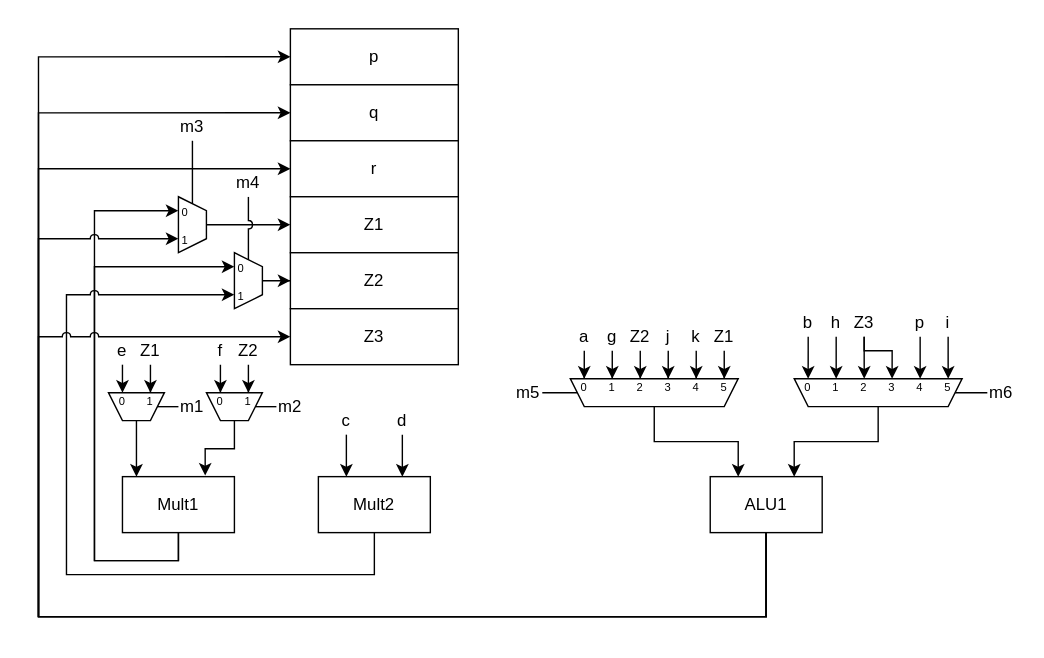
Above: lecture/.gitbook/assets/datapath-synthesis-ps1-q4.svg in mendax1234/lecture-notes (draw.io), before the change. Source tidied: cells renumbered, new cells last; positions are measured from the earlier drawing's top-left corner, leaving out a move shared by most shapes.
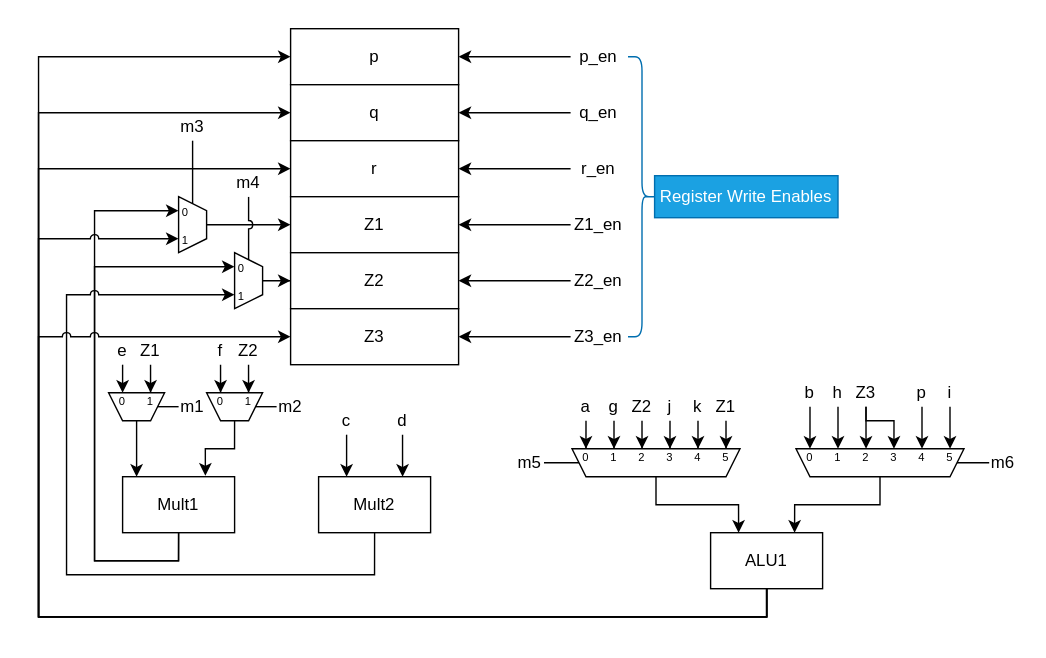
Above is the later version.

What changed in the source:
```diff
@@ -90,7 +90,7 @@
       </mxGeometry>
     </mxCell>
     <mxCell id="17" value="ALU1" style="rounded=0;whiteSpace=wrap;html=1;" parent="1" vertex="1">
-      <mxGeometry x="480" y="320" width="80" height="40" as="geometry" />
+      <mxGeometry x="480" y="360" width="80" height="40" as="geometry" />
     </mxCell>
     <mxCell id="18" style="edgeStyle=orthogonalEdgeStyle;rounded=0;jettySize=auto;html=1;entryX=0.125;entryY=0;entryDx=0;entryDy=0;entryPerimeter=0;" parent="1" edge="1" source="61" target="10">
       <mxGeometry relative="1" as="geometry" />
@@ -138,28 +138,28 @@
       <mxGeometry relative="1" as="geometry" />
     </mxCell>
     <mxCell id="33" value="a" style="text;html=1;whiteSpace=wrap;strokeColor=none;fillColor=none;align=center;verticalAlign=middle;rounded=0;" parent="1" vertex="1">
-      <mxGeometry x="380" y="210" width="20" height="20" as="geometry" />
+      <mxGeometry x="381" y="260" width="20" height="20" as="geometry" />
     </mxCell>
     <mxCell id="34" style="edgeStyle=orthogonalEdgeStyle;rounded=0;jettySize=auto;html=1;entryX=0.75;entryY=1;entryDx=0;entryDy=0;" parent="1" edge="1" source="35" target="75">
       <mxGeometry relative="1" as="geometry" />
     </mxCell>
     <mxCell id="35" value="g" style="text;html=1;whiteSpace=wrap;strokeColor=none;fillColor=none;align=center;verticalAlign=middle;rounded=0;" parent="1" vertex="1">
-      <mxGeometry x="400" y="210" width="20" height="20" as="geometry" />
+      <mxGeometry x="401" y="260" width="20" height="20" as="geometry" />
     </mxCell>
     <mxCell id="36" value="Z2" style="text;html=1;whiteSpace=wrap;strokeColor=none;fillColor=none;align=center;verticalAlign=middle;rounded=0;" parent="1" vertex="1">
-      <mxGeometry x="420" y="210" width="20" height="20" as="geometry" />
+      <mxGeometry x="421" y="260" width="20" height="20" as="geometry" />
     </mxCell>
     <mxCell id="37" value="j" style="text;html=1;whiteSpace=wrap;strokeColor=none;fillColor=none;align=center;verticalAlign=middle;rounded=0;" parent="1" vertex="1">
-      <mxGeometry x="440" y="210" width="20" height="20" as="geometry" />
+      <mxGeometry x="441" y="260" width="20" height="20" as="geometry" />
     </mxCell>
     <mxCell id="38" style="edgeStyle=orthogonalEdgeStyle;rounded=0;jettySize=auto;html=1;entryX=0.25;entryY=1;entryDx=0;entryDy=0;" parent="1" edge="1" source="39" target="75">
       <mxGeometry relative="1" as="geometry" />
     </mxCell>
     <mxCell id="39" value="k" style="text;html=1;whiteSpace=wrap;strokeColor=none;fillColor=none;align=center;verticalAlign=middle;rounded=0;" parent="1" vertex="1">
-      <mxGeometry x="460" y="210" width="20" height="20" as="geometry" />
+      <mxGeometry x="461" y="260" width="20" height="20" as="geometry" />
     </mxCell>
     <mxCell id="40" value="Z1" style="text;html=1;whiteSpace=wrap;strokeColor=none;fillColor=none;align=center;verticalAlign=middle;rounded=0;" parent="1" vertex="1">
-      <mxGeometry x="480" y="210" width="20" height="20" as="geometry" />
+      <mxGeometry x="481" y="260" width="20" height="20" as="geometry" />
     </mxCell>
     <mxCell id="41" style="edgeStyle=orthogonalEdgeStyle;rounded=0;jettySize=auto;html=1;entryX=0.917;entryY=1;entryDx=0;entryDy=0;entryPerimeter=0;" parent="1" edge="1" source="33" target="75">
       <mxGeometry relative="1" as="geometry" />
@@ -177,25 +177,25 @@
       <mxGeometry relative="1" as="geometry" />
     </mxCell>
     <mxCell id="46" value="b" style="text;html=1;whiteSpace=wrap;strokeColor=none;fillColor=none;align=center;verticalAlign=middle;rounded=0;" parent="1" vertex="1">
-      <mxGeometry x="540" y="200" width="20" height="20" as="geometry" />
+      <mxGeometry x="541" y="250" width="20" height="20" as="geometry" />
     </mxCell>
     <mxCell id="47" style="edgeStyle=orthogonalEdgeStyle;rounded=0;jettySize=auto;html=1;entryX=0.75;entryY=1;entryDx=0;entryDy=0;" parent="1" edge="1" source="48" target="83">
       <mxGeometry relative="1" as="geometry" />
     </mxCell>
     <mxCell id="48" value="h" style="text;html=1;whiteSpace=wrap;strokeColor=none;fillColor=none;align=center;verticalAlign=middle;rounded=0;" parent="1" vertex="1">
-      <mxGeometry x="560" y="200" width="20" height="20" as="geometry" />
+      <mxGeometry x="561" y="250" width="20" height="20" as="geometry" />
     </mxCell>
     <mxCell id="49" value="Z3" style="text;html=1;whiteSpace=wrap;strokeColor=none;fillColor=none;align=center;verticalAlign=middle;rounded=0;" parent="1" vertex="1">
-      <mxGeometry x="580" y="200" width="20" height="20" as="geometry" />
+      <mxGeometry x="581" y="250" width="20" height="20" as="geometry" />
     </mxCell>
     <mxCell id="50" style="edgeStyle=orthogonalEdgeStyle;rounded=0;jettySize=auto;html=1;entryX=0.25;entryY=1;entryDx=0;entryDy=0;" parent="1" edge="1" source="51" target="83">
       <mxGeometry relative="1" as="geometry" />
     </mxCell>
     <mxCell id="51" value="p" style="text;html=1;whiteSpace=wrap;strokeColor=none;fillColor=none;align=center;verticalAlign=middle;rounded=0;" parent="1" vertex="1">
-      <mxGeometry x="620" y="200" width="20" height="20" as="geometry" />
+      <mxGeometry x="621" y="250" width="20" height="20" as="geometry" />
     </mxCell>
     <mxCell id="52" value="i" style="text;html=1;whiteSpace=wrap;strokeColor=none;fillColor=none;align=center;verticalAlign=middle;rounded=0;" parent="1" vertex="1">
-      <mxGeometry x="640" y="200" width="20" height="20" as="geometry" />
+      <mxGeometry x="641" y="250" width="20" height="20" as="geometry" />
     </mxCell>
     <mxCell id="53" style="edgeStyle=orthogonalEdgeStyle;rounded=0;jettySize=auto;html=1;entryX=0.917;entryY=1;entryDx=0;entryDy=0;entryPerimeter=0;" parent="1" edge="1" source="46" target="83">
       <mxGeometry relative="1" as="geometry" />
@@ -209,8 +209,8 @@
     <mxCell id="56" style="edgeStyle=orthogonalEdgeStyle;rounded=0;jettySize=auto;html=1;entryX=0.417;entryY=1;entryDx=0;entryDy=0;entryPerimeter=0;" parent="1" edge="1" source="49" target="83">
       <mxGeometry relative="1" as="geometry">
         <Array as="points">
-          <mxPoint x="590" y="230" />
-          <mxPoint x="610" y="230" />
+          <mxPoint x="591" y="280" />
+          <mxPoint x="611" y="280" />
         </Array>
       </mxGeometry>
     </mxCell>
@@ -266,7 +266,7 @@
       <mxGeometry x="140" y="165" width="10" height="10" as="geometry" />
     </mxCell>
     <mxCell id="74" style="group;" parent="1" vertex="1">
-      <mxGeometry x="380" y="250" width="120" height="20" as="geometry" />
+      <mxGeometry x="381" y="300" width="120" height="20" as="geometry" />
     </mxCell>
     <mxCell id="75" style="shape=trapezoid;perimeter=trapezoidPerimeter;whiteSpace=wrap;html=1;fixedSize=1;size=10;rotation=-180;" parent="74" vertex="1">
       <mxGeometry width="120" height="20" as="geometry" />
@@ -290,7 +290,7 @@
       <mxGeometry x="105" width="10" height="10" as="geometry" />
     </mxCell>
     <mxCell id="82" style="group;" parent="1" vertex="1">
-      <mxGeometry x="540" y="250" width="120" height="20" as="geometry" />
+      <mxGeometry x="541" y="300" width="120" height="20" as="geometry" />
     </mxCell>
     <mxCell id="83" style="shape=trapezoid;perimeter=trapezoidPerimeter;whiteSpace=wrap;html=1;fixedSize=1;size=10;rotation=-180;" parent="82" vertex="1">
       <mxGeometry width="120" height="20" as="geometry" />
@@ -341,13 +341,13 @@
       <mxGeometry relative="1" as="geometry" />
     </mxCell>
     <mxCell id="99" value="m5" style="text;html=1;whiteSpace=wrap;strokeColor=none;fillColor=none;align=center;verticalAlign=middle;rounded=0;" parent="1" vertex="1">
-      <mxGeometry x="340" y="250" width="20" height="20" as="geometry" />
+      <mxGeometry x="341" y="300" width="20" height="20" as="geometry" />
     </mxCell>
     <mxCell id="100" style="edgeStyle=orthogonalEdgeStyle;rounded=0;jettySize=auto;html=1;entryX=0;entryY=0.5;entryDx=0;entryDy=0;endArrow=none;endFill=0;exitX=0;exitY=0.5;exitDx=0;exitDy=0;" parent="1" edge="1" source="101" target="83">
       <mxGeometry relative="1" as="geometry" />
     </mxCell>
     <mxCell id="101" value="m6" style="text;html=1;whiteSpace=wrap;strokeColor=none;fillColor=none;align=center;verticalAlign=middle;rounded=0;" parent="1" vertex="1">
-      <mxGeometry x="678" y="250" width="20" height="20" as="geometry" />
+      <mxGeometry x="679" y="300" width="20" height="20" as="geometry" />
     </mxCell>
     <mxCell id="102" style="edgeStyle=orthogonalEdgeStyle;rounded=0;jettySize=auto;html=1;entryX=0;entryY=0.5;entryDx=0;entryDy=0;" parent="1" edge="1" source="17" target="4">
       <mxGeometry relative="1" as="geometry">
@@ -358,5 +358,47 @@
         </Array>
       </mxGeometry>
     </mxCell>
+    <mxCell id="103" style="edgeStyle=orthogonalEdgeStyle;rounded=0;jettySize=auto;html=1;entryX=1;entryY=0.5;entryDx=0;entryDy=0;" parent="1" edge="1" source="104" target="2">
+      <mxGeometry relative="1" as="geometry" />
+    </mxCell>
+    <mxCell id="104" value="p_en" style="text;html=1;whiteSpace=wrap;strokeColor=none;fillColor=none;align=center;verticalAlign=middle;rounded=0;" parent="1" vertex="1">
+      <mxGeometry x="380" y="10" width="40" height="20" as="geometry" />
+    </mxCell>
+    <mxCell id="105" style="edgeStyle=orthogonalEdgeStyle;rounded=0;jettySize=auto;html=1;entryX=1;entryY=0.5;entryDx=0;entryDy=0;" parent="1" edge="1" source="106" target="3">
+      <mxGeometry relative="1" as="geometry" />
+    </mxCell>
+    <mxCell id="106" value="q_en" style="text;html=1;whiteSpace=wrap;strokeColor=none;fillColor=none;align=center;verticalAlign=middle;rounded=0;" parent="1" vertex="1">
+      <mxGeometry x="380" y="50" width="40" height="20" as="geometry" />
+    </mxCell>
+    <mxCell id="107" style="edgeStyle=orthogonalEdgeStyle;rounded=0;jettySize=auto;html=1;entryX=1;entryY=0.5;entryDx=0;entryDy=0;" parent="1" edge="1" source="108" target="4">
+      <mxGeometry relative="1" as="geometry" />
+    </mxCell>
+    <mxCell id="108" value="r_en" style="text;html=1;whiteSpace=wrap;strokeColor=none;fillColor=none;align=center;verticalAlign=middle;rounded=0;" parent="1" vertex="1">
+      <mxGeometry x="380" y="90" width="40" height="20" as="geometry" />
+    </mxCell>
+    <mxCell id="109" style="edgeStyle=orthogonalEdgeStyle;rounded=0;jettySize=auto;html=1;entryX=1;entryY=0.5;entryDx=0;entryDy=0;" parent="1" edge="1" source="110" target="5">
+      <mxGeometry relative="1" as="geometry" />
+    </mxCell>
+    <mxCell id="110" value="Z1_en" style="text;html=1;whiteSpace=wrap;strokeColor=none;fillColor=none;align=center;verticalAlign=middle;rounded=0;" parent="1" vertex="1">
+      <mxGeometry x="380" y="130" width="40" height="20" as="geometry" />
+    </mxCell>
+    <mxCell id="111" style="edgeStyle=orthogonalEdgeStyle;rounded=0;jettySize=auto;html=1;entryX=1;entryY=0.5;entryDx=0;entryDy=0;" parent="1" edge="1" source="112" target="6">
+      <mxGeometry relative="1" as="geometry" />
+    </mxCell>
+    <mxCell id="112" value="Z2_en" style="text;html=1;whiteSpace=wrap;strokeColor=none;fillColor=none;align=center;verticalAlign=middle;rounded=0;" parent="1" vertex="1">
+      <mxGeometry x="380" y="170" width="40" height="20" as="geometry" />
+    </mxCell>
+    <mxCell id="113" style="edgeStyle=orthogonalEdgeStyle;rounded=0;jettySize=auto;html=1;entryX=1;entryY=0.5;entryDx=0;entryDy=0;" parent="1" edge="1" source="114" target="7">
+      <mxGeometry relative="1" as="geometry" />
+    </mxCell>
+    <mxCell id="114" value="Z3_en" style="text;html=1;whiteSpace=wrap;strokeColor=none;fillColor=none;align=center;verticalAlign=middle;rounded=0;" parent="1" vertex="1">
+      <mxGeometry x="380" y="210" width="40" height="20" as="geometry" />
+    </mxCell>
+    <mxCell id="115" style="shape=curlyBracket;whiteSpace=wrap;html=1;rounded=1;flipH=1;labelPosition=right;verticalLabelPosition=middle;align=left;verticalAlign=middle;legacyAnchorPoints=0;fillColor=#1ba1e2;fontColor=#ffffff;strokeColor=#006EAF;" parent="1" vertex="1">
+      <mxGeometry x="421" y="20" width="20" height="200" as="geometry" />
+    </mxCell>
+    <mxCell id="116" value="Register Write Enables" style="text;html=1;whiteSpace=wrap;strokeColor=#006EAF;fillColor=#1ba1e2;align=center;verticalAlign=middle;rounded=0;fontColor=#ffffff;" parent="1" vertex="1">
+      <mxGeometry x="440" y="105" width="131" height="30" as="geometry" />
+    </mxCell>
   </root>
 </mxGraphModel>
```
